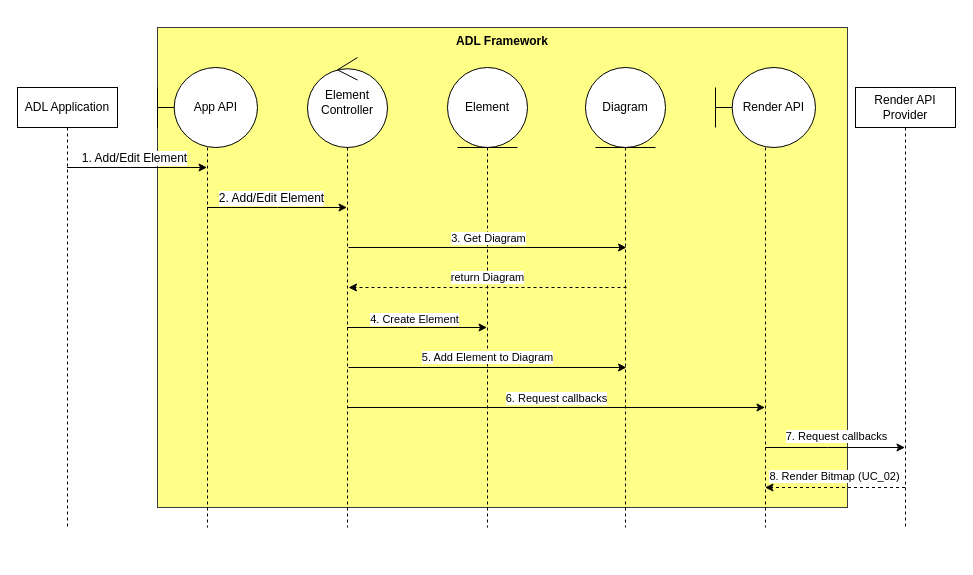
Earlier version of the draw.io diagram UpdateElement.drawio (phunm211/SW-Associate-Architecture). Source tidied: cells renumbered, new cells numbered last; positions are measured from the earlier drawing's top-left corner, leaving out a move shared by most shapes. Both pictures are drawn from the tidied source at 100%, with x=0, y=0 at pixel (17, 27).
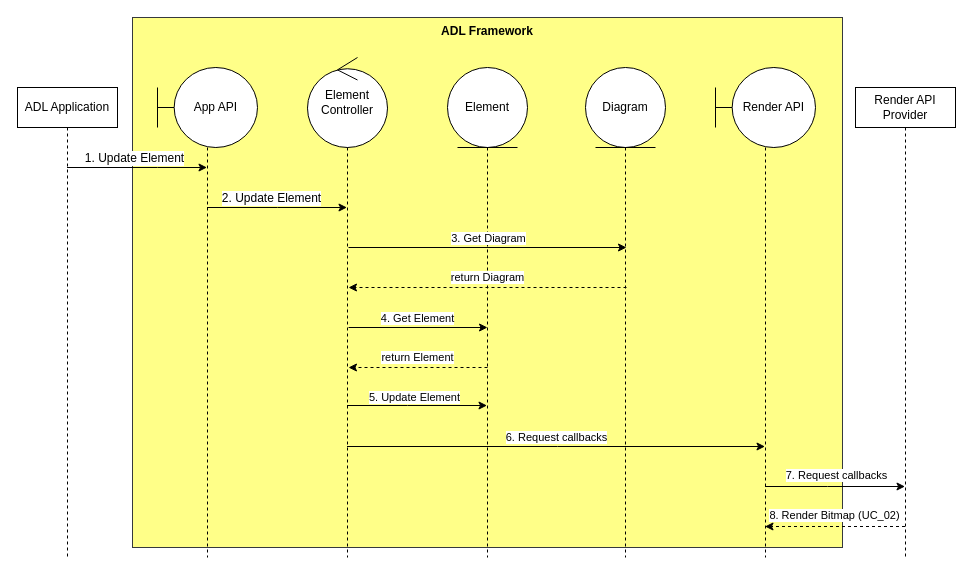
After the change.

The change refers to these unchanged cells:
```xml
<mxCell id="4" style="rounded=0;jettySize=auto;html=1;fontFamily=Helvetica;fontSize=12;fontColor=default;" parent="1" edge="1" source="6" target="12">
  <mxGeometry relative="1" as="geometry">
    <Array as="points">
      <mxPoint x="140" y="140" />
    </Array>
  </mxGeometry>
</mxCell>
<mxCell id="7" style="rounded=0;jettySize=auto;html=1;fontFamily=Helvetica;fontSize=12;fontColor=default;" parent="1" edge="1" source="12" target="11">
  <mxGeometry relative="1" as="geometry">
    <Array as="points">
      <mxPoint x="260" y="180" />
    </Array>
  </mxGeometry>
</mxCell>
```

Diff of the diagram source:
```diff
@@
     <mxCell id="2" value="ADL Framework" style="rounded=0;whiteSpace=wrap;html=1;strokeColor=#36393d;align=center;verticalAlign=top;fontFamily=Helvetica;fontSize=12;fillColor=#ffff88;fontStyle=1;" parent="1" vertex="1">
-      <mxGeometry x="140" width="690" height="480" as="geometry" />
+      <mxGeometry x="115" y="-10" width="710" height="530" as="geometry" />
     </mxCell>
     <mxCell id="3" value="Element" style="shape=umlLifeline;perimeter=lifelinePerimeter;whiteSpace=wrap;html=1;newEdgeStyle={&quot;curved&quot;:0,&quot;rounded&quot;:0};participant=umlEntity;strokeColor=default;align=center;verticalAlign=middle;fontFamily=Helvetica;fontSize=12;fontColor=default;fillColor=default;size=80;" parent="1" vertex="1">
-      <mxGeometry x="430" y="40" width="80" height="460" as="geometry" />
+      <mxGeometry x="430" y="40" width="80" height="490" as="geometry" />
     </mxCell>
@@
-    <mxCell id="5" value="1. Add/Edit Element" style="edgeLabel;html=1;align=center;verticalAlign=middle;fontSize=12;fontFamily=Helvetica;fontColor=default;" parent="4" vertex="1">
+    <mxCell id="5" value="1. Update Element" style="edgeLabel;html=1;align=center;verticalAlign=middle;fontSize=12;fontFamily=Helvetica;fontColor=default;" parent="4" vertex="1">
       <mxGeometry x="-0.04" y="2" relative="1" as="geometry">
         <mxPoint y="-8" as="offset" />
       </mxGeometry>
     </mxCell>
     <mxCell id="6" value="ADL Application" style="shape=umlLifeline;perimeter=lifelinePerimeter;whiteSpace=wrap;html=1;outlineConnect=0;portConstraint=eastwest;newEdgeStyle={&quot;curved&quot;:0,&quot;rounded&quot;:0};" parent="1" vertex="1">
-      <mxGeometry y="60" width="100" height="440" as="geometry" />
+      <mxGeometry y="60" width="100" height="470" as="geometry" />
     </mxCell>
@@
-    <mxCell id="8" value="2. Add/Edit Element" style="edgeLabel;html=1;align=center;verticalAlign=middle;fontSize=12;fontFamily=Helvetica;fontColor=default;" parent="7" vertex="1">
+    <mxCell id="8" value="2. Update Element" style="edgeLabel;html=1;align=center;verticalAlign=middle;fontSize=12;fontFamily=Helvetica;fontColor=default;" parent="7" vertex="1">
       <mxGeometry x="-0.09" y="-1" relative="1" as="geometry">
         <mxPoint y="-11" as="offset" />
       </mxGeometry>
     </mxCell>
-    <mxCell id="9" style="rounded=0;jettySize=auto;html=1;" parent="1" edge="1" source="11" target="24">
+    <mxCell id="9" style="rounded=0;orthogonalLoop=1;jettySize=auto;html=1;" parent="1" edge="1">
       <mxGeometry relative="1" as="geometry">
+        <mxPoint x="329.5" y="419" as="sourcePoint" />
+        <mxPoint x="747.5" y="419" as="targetPoint" />
         <Array as="points">
-          <mxPoint x="540" y="380" />
+          <mxPoint x="540" y="419" />
         </Array>
       </mxGeometry>
     </mxCell>
@@
     <mxCell id="11" value="Element Controller" style="shape=umlLifeline;perimeter=lifelinePerimeter;whiteSpace=wrap;html=1;outlineConnect=0;portConstraint=eastwest;newEdgeStyle={&quot;curved&quot;:0,&quot;rounded&quot;:0};participant=umlControl;strokeColor=default;align=center;verticalAlign=middle;fontFamily=Helvetica;fontSize=12;fontColor=default;fillColor=default;size=90;" parent="1" vertex="1">
-      <mxGeometry x="290" y="30" width="80" height="470" as="geometry" />
+      <mxGeometry x="290" y="30" width="80" height="500" as="geometry" />
     </mxCell>
     <mxCell id="12" value="&amp;nbsp; &amp;nbsp; &amp;nbsp;App API" style="shape=umlLifeline;perimeter=lifelinePerimeter;whiteSpace=wrap;html=1;outlineConnect=0;portConstraint=eastwest;newEdgeStyle={&quot;curved&quot;:0,&quot;rounded&quot;:0};participant=umlBoundary;size=80;" parent="1" vertex="1">
-      <mxGeometry x="140" y="40" width="100" height="460" as="geometry" />
+      <mxGeometry x="140" y="40" width="100" height="490" as="geometry" />
     </mxCell>
     <mxCell id="13" style="rounded=0;orthogonalLoop=1;jettySize=auto;html=1;" parent="1" edge="1">
       <mxGeometry relative="1" as="geometry">
-        <mxPoint x="329.5" y="300" as="sourcePoint" />
-        <mxPoint x="469.5" y="300" as="targetPoint" />
+        <mxPoint x="329.5" y="378" as="sourcePoint" />
+        <mxPoint x="469.5" y="378" as="targetPoint" />
         <Array as="points">
-          <mxPoint x="390" y="300" />
+          <mxPoint x="390" y="378" />
         </Array>
       </mxGeometry>
     </mxCell>
-    <mxCell id="14" value="4. Create Element" style="edgeLabel;html=1;align=center;verticalAlign=middle;" parent="13" vertex="1">
+    <mxCell id="14" value="5. Update Element" style="edgeLabel;html=1;align=center;verticalAlign=middle;" parent="13" vertex="1">
       <mxGeometry x="-0.05" y="3" relative="1" as="geometry">
         <mxPoint y="-6" as="offset" />
       </mxGeometry>
     </mxCell>
@@
-    <mxCell id="17" value="5. Add Element to Diagram" style="rounded=0;orthogonalLoop=1;jettySize=auto;html=1;" parent="1" edge="1">
-      <mxGeometry y="10" relative="1" as="geometry">
-        <mxPoint x="331" y="340" as="sourcePoint" />
-        <mxPoint x="609" y="340" as="targetPoint" />
-      </mxGeometry>
-    </mxCell>
     <mxCell id="18" value="Diagram" style="shape=umlLifeline;perimeter=lifelinePerimeter;whiteSpace=wrap;html=1;newEdgeStyle={&quot;curved&quot;:0,&quot;rounded&quot;:0};participant=umlEntity;strokeColor=default;align=center;verticalAlign=middle;fontFamily=Helvetica;fontSize=12;fontColor=default;fillColor=default;size=80;" parent="1" vertex="1">
-      <mxGeometry x="568" y="40" width="80" height="460" as="geometry" />
+      <mxGeometry x="568" y="40" width="80" height="490" as="geometry" />
     </mxCell>
-    <mxCell id="19" style="rounded=0;jettySize=auto;html=1;dashed=1;" parent="1" edge="1" source="21" target="24">
+    <mxCell id="19" style="rounded=0;orthogonalLoop=1;jettySize=auto;html=1;dashed=1;" parent="1" edge="1">
       <mxGeometry relative="1" as="geometry">
+        <mxPoint x="887.5" y="499" as="sourcePoint" />
+        <mxPoint x="747.5" y="499" as="targetPoint" />
         <Array as="points">
-          <mxPoint x="810" y="460" />
+          <mxPoint x="810" y="499" />
         </Array>
       </mxGeometry>
     </mxCell>
@@
     <mxCell id="21" value="Render API Provider" style="shape=umlLifeline;perimeter=lifelinePerimeter;whiteSpace=wrap;html=1;outlineConnect=0;portConstraint=eastwest;newEdgeStyle={&quot;curved&quot;:0,&quot;rounded&quot;:0};" parent="1" vertex="1">
-      <mxGeometry x="838" y="60" width="100" height="440" as="geometry" />
+      <mxGeometry x="838" y="60" width="100" height="470" as="geometry" />
     </mxCell>
-    <mxCell id="22" style="rounded=0;jettySize=auto;html=1;" parent="1" edge="1" source="24" target="21">
+    <mxCell id="22" style="rounded=0;orthogonalLoop=1;jettySize=auto;html=1;" parent="1" edge="1">
       <mxGeometry relative="1" as="geometry">
+        <mxPoint x="747.5" y="459" as="sourcePoint" />
+        <mxPoint x="887.5" y="459" as="targetPoint" />
         <Array as="points">
-          <mxPoint x="810" y="420" />
+          <mxPoint x="810" y="459" />
         </Array>
       </mxGeometry>
     </mxCell>
@@
     <mxCell id="24" value="&amp;nbsp; &amp;nbsp; &amp;nbsp;Render API" style="shape=umlLifeline;perimeter=lifelinePerimeter;whiteSpace=wrap;html=1;outlineConnect=0;portConstraint=eastwest;newEdgeStyle={&quot;curved&quot;:0,&quot;rounded&quot;:0};participant=umlBoundary;size=80;" parent="1" vertex="1">
-      <mxGeometry x="698" y="40" width="100" height="460" as="geometry" />
+      <mxGeometry x="698" y="40" width="100" height="490" as="geometry" />
     </mxCell>
@@
+    <mxCell id="26" style="rounded=0;orthogonalLoop=1;jettySize=auto;html=1;" parent="1" edge="1">
+      <mxGeometry relative="1" as="geometry">
+        <mxPoint x="331" y="300" as="sourcePoint" />
+        <mxPoint x="470" y="300" as="targetPoint" />
+      </mxGeometry>
+    </mxCell>
+    <mxCell id="27" value="4. Get Element" style="edgeLabel;html=1;align=center;verticalAlign=middle;" parent="26" vertex="1">
+      <mxGeometry x="0.65" y="-2" relative="1" as="geometry">
+        <mxPoint x="-47" y="-12" as="offset" />
+      </mxGeometry>
+    </mxCell>
+    <mxCell id="28" value="return Element" style="rounded=0;orthogonalLoop=1;jettySize=auto;html=1;dashed=1;" parent="1" edge="1">
+      <mxGeometry y="-10" relative="1" as="geometry">
+        <mxPoint x="470" y="340" as="sourcePoint" />
+        <mxPoint x="331" y="340" as="targetPoint" />
+      </mxGeometry>
+    </mxCell>
```
